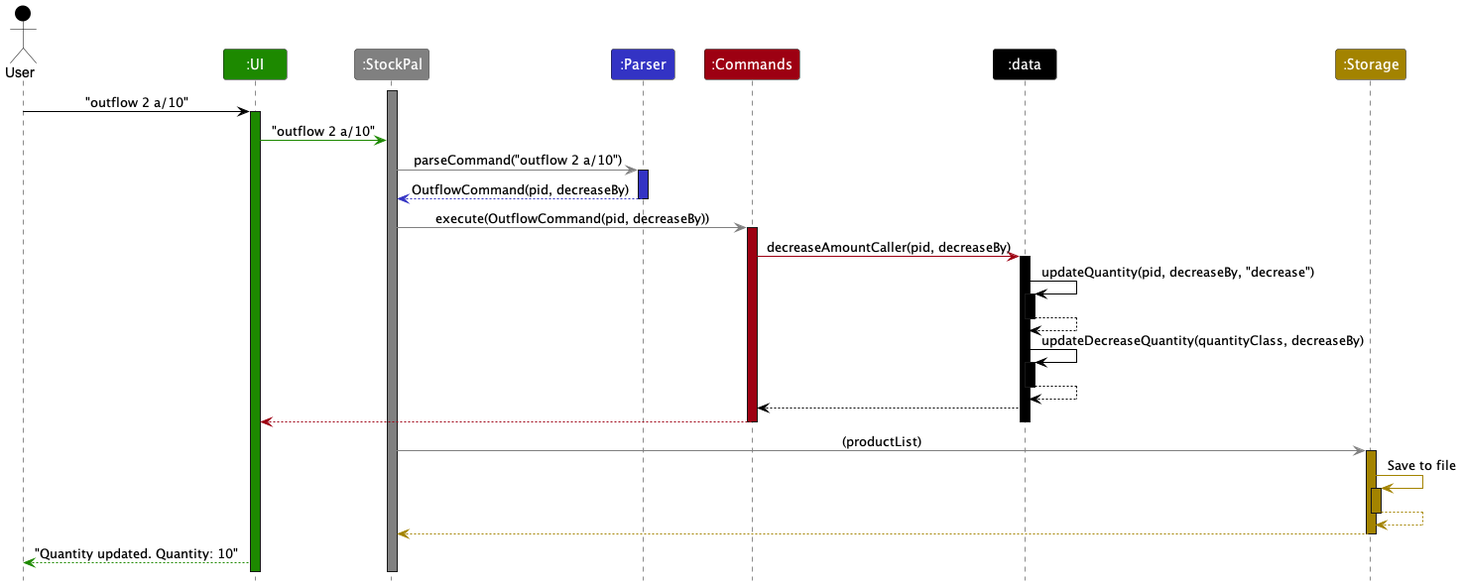
Above: docs/images/OutflowCommandSequence.png in nus-cs2113-AY2324S2/tp (PlantUML), before the change.
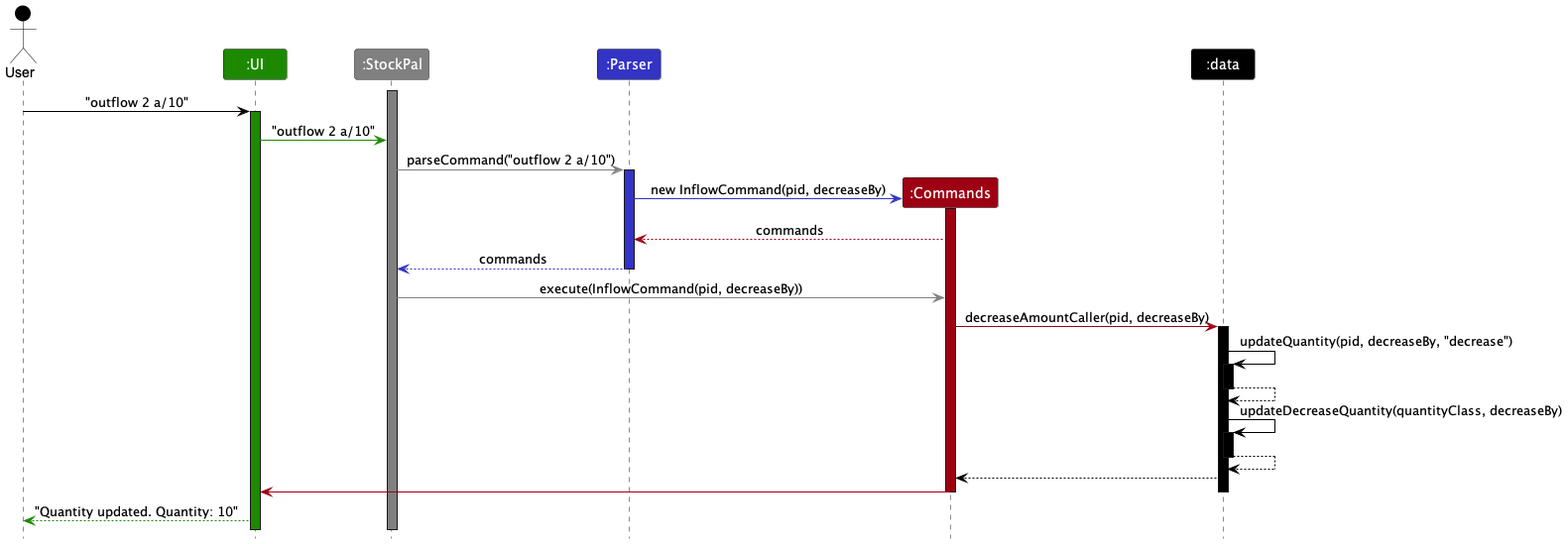
Above is the later version.

Commit message:
Edit sequence diagram

What changed in the source:
```diff
@@ -8,7 +8,6 @@
 Participant ":Parser" as parser PARSER_COLOR
 Participant ":Commands" as commands COMMANDS_COLOR
 Participant ":data" as data DATA_COLOR
-Participant ":Storage" as storage STORAGE_COLOR
 
 activate stockpal STOCKPAL_COLOR
 
@@ -20,12 +19,15 @@
 stockpal -[STOCKPAL_COLOR]> parser : parseCommand("outflow 2 a/10")
 activate parser PARSER_COLOR
 
-parser --[PARSER_COLOR]> stockpal : OutflowCommand(pid, decreaseBy)
+create commands
+parser -[PARSER_COLOR]> commands : new InflowCommand(pid, decreaseBy)
+activate commands COMMANDS_COLOR
+commands --[COMMANDS_COLOR]> parser : commands
+
+parser --[PARSER_COLOR]> stockpal : commands
 deactivate parser
 
-stockpal -[STOCKPAL_COLOR]> commands : execute(OutflowCommand(pid, decreaseBy))
-activate commands COMMANDS_COLOR
-
+stockpal -[STOCKPAL_COLOR]> commands : execute(InflowCommand(pid, decreaseBy))
 commands -[COMMANDS_COLOR]> data : decreaseAmountCaller(pid, decreaseBy)
 activate data DATA_COLOR
 
@@ -41,19 +43,11 @@
 
 data --[DATA_COLOR]> commands
 
-commands --[COMMANDS_COLOR]> ui
+commands -[COMMANDS_COLOR]> ui
 
 deactivate commands
 deactivate data
 
-stockpal -[STOCKPAL_COLOR]> storage : (productList)
-activate storage STORAGE_COLOR
-storage -[STORAGE_COLOR]> storage : Save to file
-activate storage STORAGE_COLOR
-storage --[STORAGE_COLOR]> storage
-deactivate storage
-storage --[STORAGE_COLOR]> stockpal
-deactivate storage
 
 ui --[UI_COLOR]> user : "Quantity updated. Quantity: 10"
 
```
